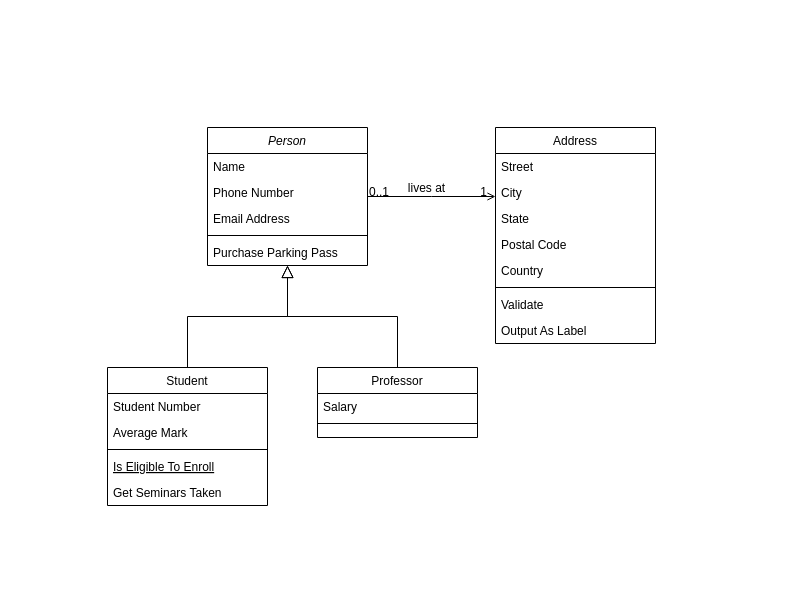
The draw.io diagram Diagrams/Diagram bez tytułu.drawio in KarEmil/Prototyp-FreeFlow_DS, before the edit. Source tidied: cells renumbered, new cells numbered last; positions are measured from the earlier drawing's top-left corner, leaving out a move shared by most shapes. Both pictures are drawn from the tidied source at 100%, with x=0, y=0 at pixel (107, 127).
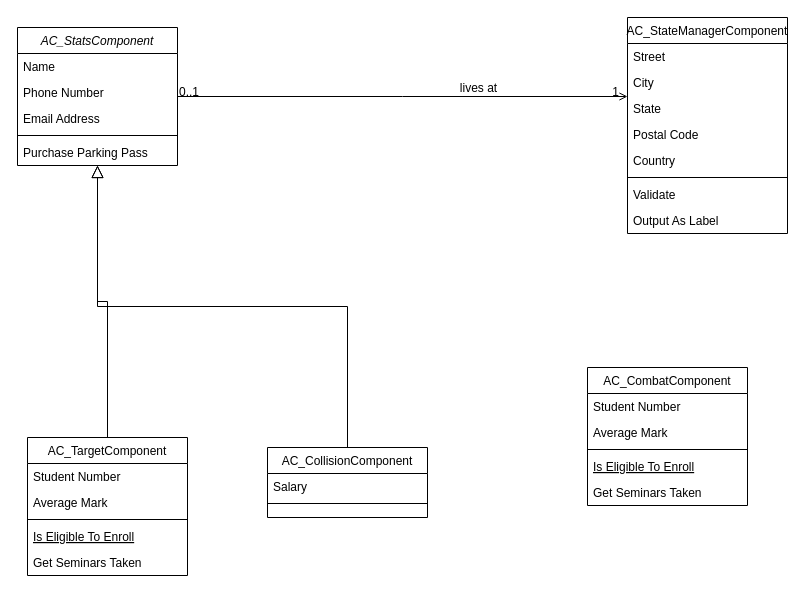
The same diagram, later.

What changed in the source:
```diff
@@
-    <mxCell id="2" value="Person" style="swimlane;fontStyle=2;align=center;verticalAlign=top;horizontal=1;startSize=26;rounded=0;shadow=0;strokeWidth=1;" parent="1" vertex="1">
-      <mxGeometry x="100" width="160" height="138" as="geometry" />
+    <mxCell id="2" value="AC_StatsComponent" style="swimlane;fontStyle=2;align=center;verticalAlign=top;horizontal=1;startSize=26;rounded=0;shadow=0;strokeWidth=1;" parent="1" vertex="1">
+      <mxGeometry x="-90" y="-100" width="160" height="138" as="geometry" />
     </mxCell>
@@
-    <mxCell id="8" value="Student" style="swimlane;fontStyle=0;align=center;verticalAlign=top;horizontal=1;startSize=26;rounded=0;shadow=0;strokeWidth=1;" parent="1" vertex="1">
-      <mxGeometry y="240" width="160" height="138" as="geometry" />
+    <mxCell id="8" value="AC_TargetComponent" style="swimlane;fontStyle=0;align=center;verticalAlign=top;horizontal=1;startSize=26;rounded=0;shadow=0;strokeWidth=1;" parent="1" vertex="1">
+      <mxGeometry x="-80" y="310" width="160" height="138" as="geometry" />
     </mxCell>
@@
-    <mxCell id="15" value="Professor" style="swimlane;fontStyle=0;align=center;verticalAlign=top;horizontal=1;startSize=26;rounded=0;shadow=0;strokeWidth=1;" parent="1" vertex="1">
-      <mxGeometry x="210" y="240" width="160" height="70" as="geometry" />
+    <mxCell id="15" value="AC_CollisionComponent" style="swimlane;fontStyle=0;align=center;verticalAlign=top;horizontal=1;startSize=26;rounded=0;shadow=0;strokeWidth=1;" parent="1" vertex="1">
+      <mxGeometry x="160" y="320" width="160" height="70" as="geometry" />
     </mxCell>
@@
-    <mxCell id="19" value="Address" style="swimlane;fontStyle=0;align=center;verticalAlign=top;horizontal=1;startSize=26;rounded=0;shadow=0;strokeWidth=1;" parent="1" vertex="1">
-      <mxGeometry x="388" width="160" height="216" as="geometry" />
+    <mxCell id="19" value="AC_StateManagerComponent" style="swimlane;fontStyle=0;align=center;verticalAlign=top;horizontal=1;startSize=26;rounded=0;shadow=0;strokeWidth=1;" parent="1" vertex="1">
+      <mxGeometry x="520" y="-110" width="160" height="216" as="geometry" />
     </mxCell>
@@
+    <mxCell id="32" value="AC_CombatComponent" style="swimlane;fontStyle=0;align=center;verticalAlign=top;horizontal=1;startSize=26;rounded=0;shadow=0;strokeWidth=1;" parent="1" vertex="1">
+      <mxGeometry x="480" y="240" width="160" height="138" as="geometry" />
+    </mxCell>
+    <mxCell id="33" value="Student Number" style="text;align=left;verticalAlign=top;spacingLeft=4;spacingRight=4;overflow=hidden;" parent="32" vertex="1">
+      <mxGeometry y="26" width="160" height="26" as="geometry" />
+    </mxCell>
+    <mxCell id="34" value="Average Mark" style="text;align=left;verticalAlign=top;spacingLeft=4;spacingRight=4;overflow=hidden;rounded=0;shadow=0;html=0;" parent="32" vertex="1">
+      <mxGeometry y="52" width="160" height="26" as="geometry" />
+    </mxCell>
+    <mxCell id="35" style="line;html=1;strokeWidth=1;align=left;verticalAlign=middle;spacingTop=-1;spacingLeft=3;spacingRight=3;labelPosition=right;" parent="32" vertex="1">
+      <mxGeometry y="78" width="160" height="8" as="geometry" />
+    </mxCell>
+    <mxCell id="36" value="Is Eligible To Enroll" style="text;align=left;verticalAlign=top;spacingLeft=4;spacingRight=4;overflow=hidden;fontStyle=4;" parent="32" vertex="1">
+      <mxGeometry y="86" width="160" height="26" as="geometry" />
+    </mxCell>
+    <mxCell id="37" value="Get Seminars Taken" style="text;align=left;verticalAlign=top;spacingLeft=4;spacingRight=4;overflow=hidden;" parent="32" vertex="1">
+      <mxGeometry y="112" width="160" height="26" as="geometry" />
+    </mxCell>
```
